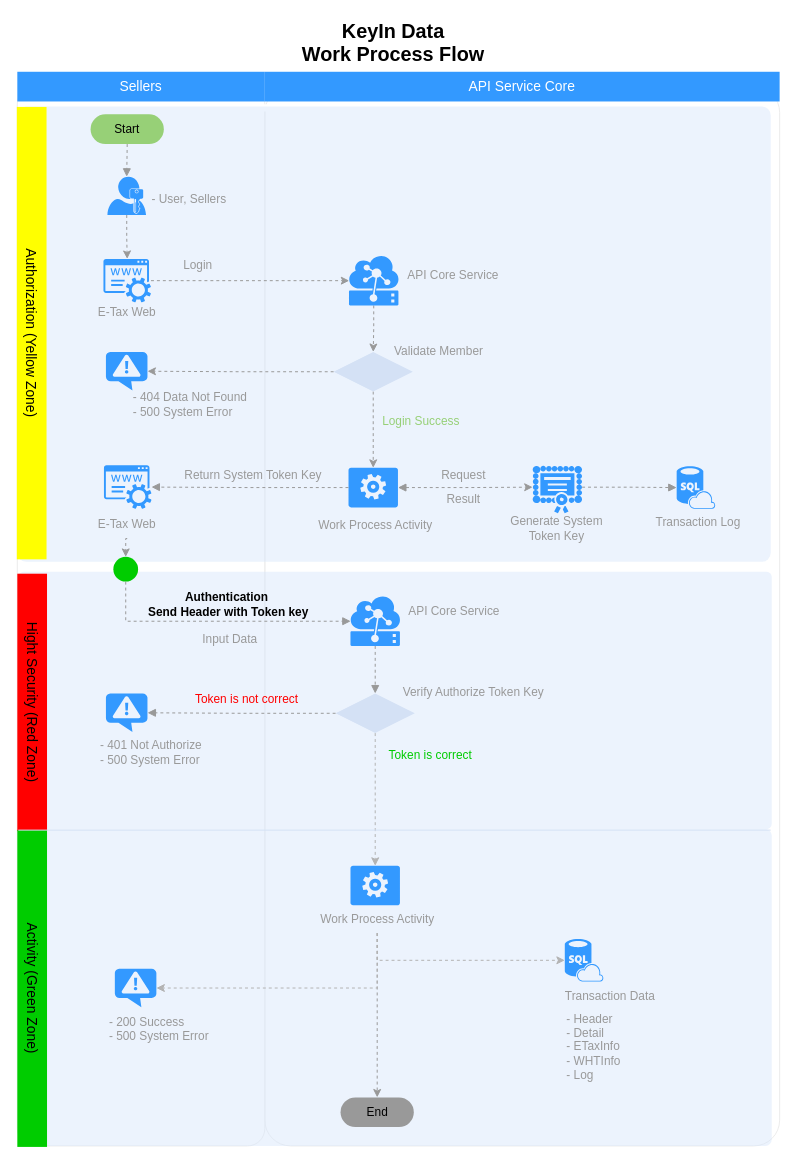
The draw.io diagram KeyIn Data.drawio in nirawat/eTax, before the edit. Source tidied: cells renumbered, new cells numbered last; positions are measured from the earlier drawing's top-left corner, leaving out a move shared by most shapes. Both pictures are drawn from the tidied source at 99%, with x=0, y=0 at pixel (-195, 17).
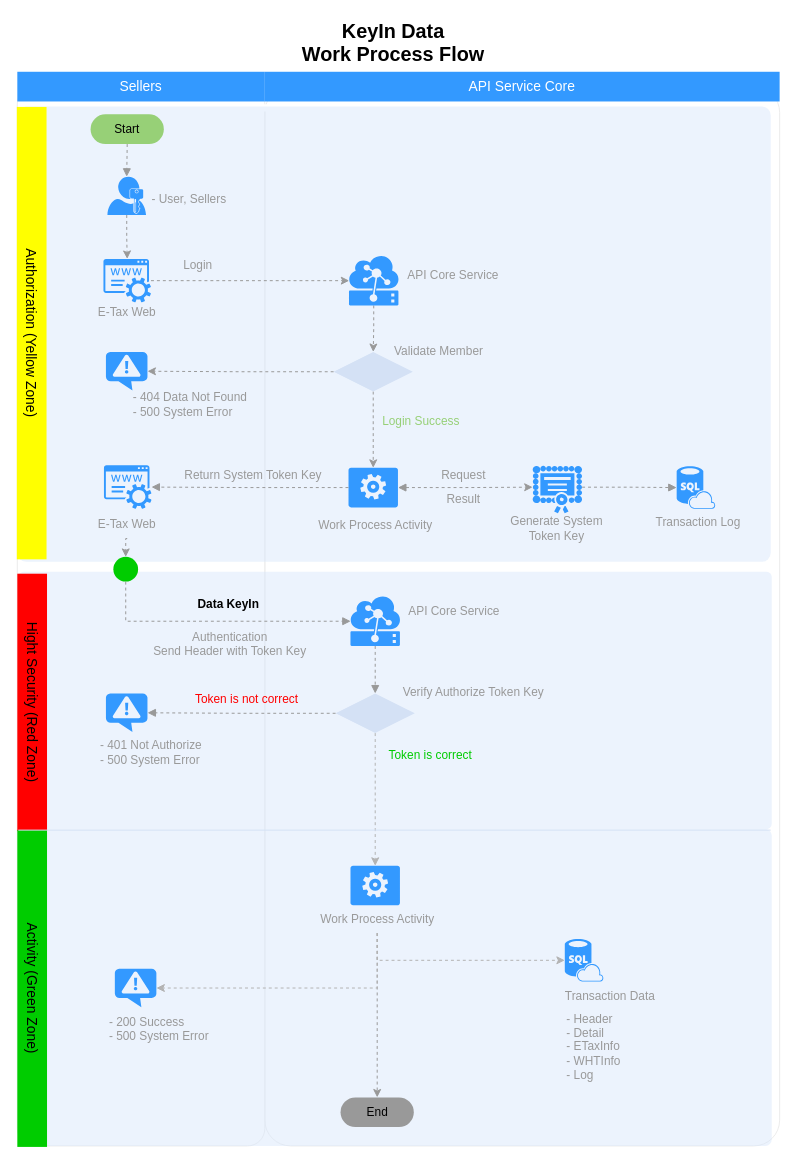
Above is the later version.

Diff of the diagram source:
```diff
@@
-    <mxCell id="46" value="Authentication&amp;nbsp;&lt;br&gt;Send Header with Token key&lt;br&gt;" style="text;html=1;strokeColor=none;fillColor=none;align=center;verticalAlign=middle;whiteSpace=wrap;rounded=0;fontSize=12;fontColor=#000000;fontStyle=1;" parent="1" vertex="1">
+    <mxCell id="46" value="Data KeyIn&lt;br&gt;" style="text;html=1;strokeColor=none;fillColor=none;align=center;verticalAlign=middle;whiteSpace=wrap;rounded=0;fontSize=12;fontColor=#000000;fontStyle=1;" parent="1" vertex="1">
       <mxGeometry x="331" y="576" width="193" height="34" as="geometry" />
     </mxCell>
@@
-    <mxCell id="75" value="Input Data" style="text;html=1;strokeColor=none;fillColor=none;align=center;verticalAlign=middle;whiteSpace=wrap;rounded=0;fontSize=12;fontColor=#999999;" parent="1" vertex="1">
-      <mxGeometry x="344" y="615" width="170" height="25" as="geometry" />
+    <mxCell id="75" value="Authentication&lt;br&gt;Send Header with Token Key" style="text;html=1;strokeColor=none;fillColor=none;align=center;verticalAlign=middle;whiteSpace=wrap;rounded=0;fontSize=12;fontColor=#999999;" parent="1" vertex="1">
+      <mxGeometry x="344" y="615" width="170" height="35" as="geometry" />
     </mxCell>
```
